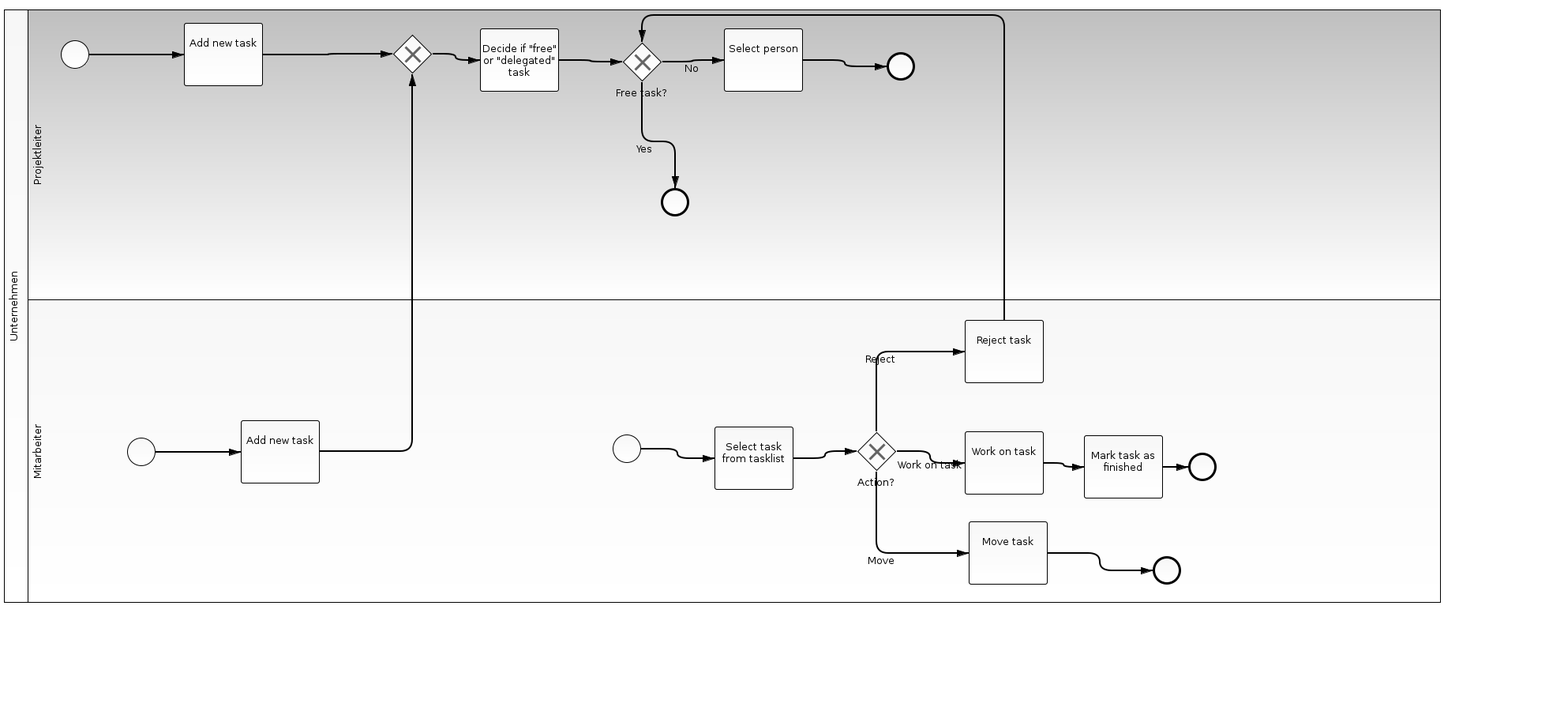
Above: wirtschaftsinformatik/src/main/resources/tasklist.png in ErosFricker/winf (BPMN), before the change. Its source is kept beside it as wirtschaftsinformatik/src/main/resources/tasklist.bpmn. Ids are renumbered.
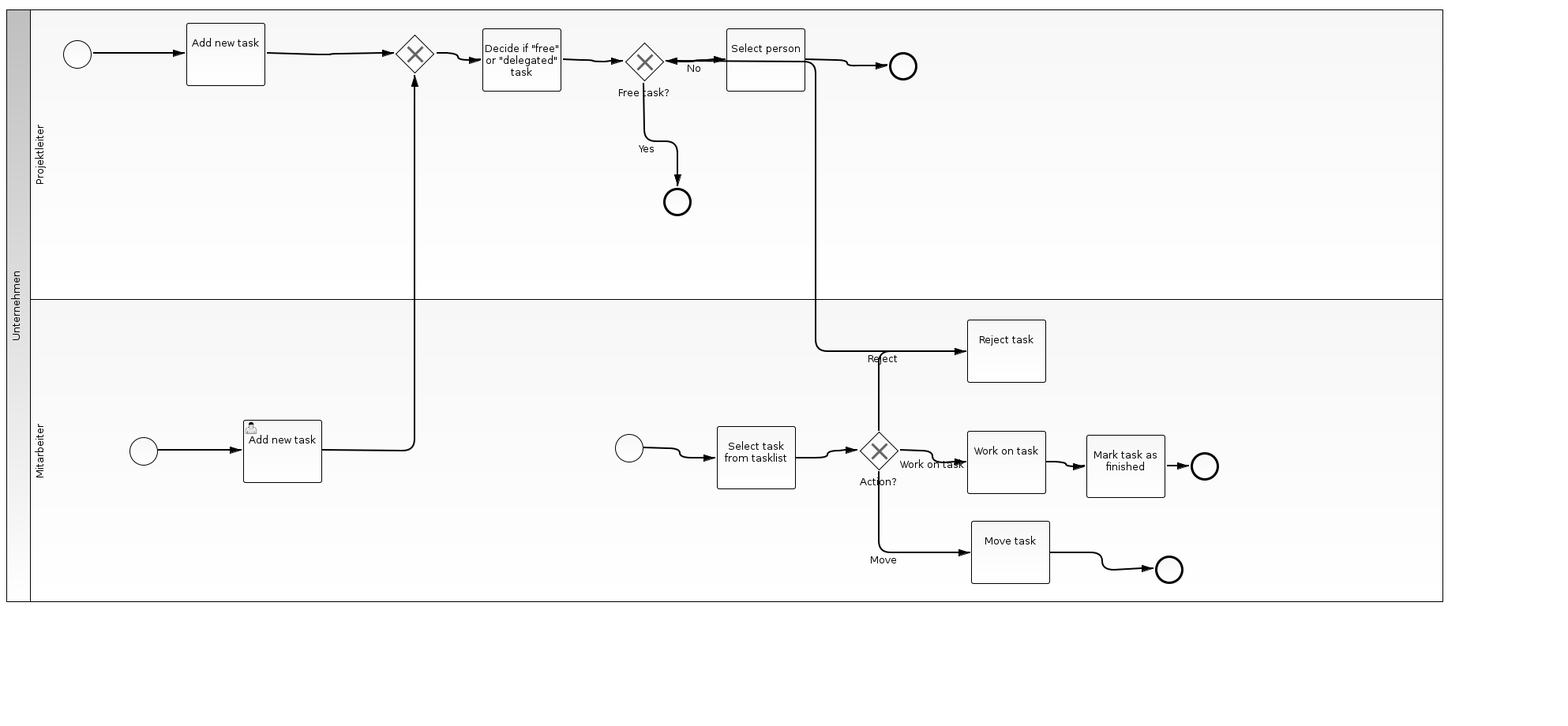
Above is the later version.

Diff of the diagram source:
```diff
@@ -1,8 +1,8 @@
-<bpmn2:definitions xmlns:xsi="http://www.w3.org/2001/XMLSchema-instance" xmlns:bpmn2="http://www.omg.org/spec/BPMN/20100524/MODEL" xmlns:bpmndi="http://www.omg.org/spec/BPMN/20100524/DI" xmlns:dc="http://www.omg.org/spec/DD/20100524/DC" xmlns:di="http://www.omg.org/spec/DD/20100524/DI" xsi:schemaLocation="http://www.omg.org/spec/BPMN/20100524/MODEL BPMN20.xsd" id="_-1wQEKPeEeWdibZ3OB6LMQ" exporter="camunda modeler" exporterVersion="2.7.0" targetNamespace="http://activiti.org/bpmn">
+<bpmn2:definitions xmlns:xsi="http://www.w3.org/2001/XMLSchema-instance" xmlns:bpmn2="http://www.omg.org/spec/BPMN/20100524/MODEL" xmlns:bpmndi="http://www.omg.org/spec/BPMN/20100524/DI" xmlns:camunda="http://activiti.org/bpmn" xmlns:dc="http://www.omg.org/spec/DD/20100524/DC" xmlns:di="http://www.omg.org/spec/DD/20100524/DI" xsi:schemaLocation="http://www.omg.org/spec/BPMN/20100524/MODEL BPMN20.xsd" id="_-1wQEKPeEeWdibZ3OB6LMQ" exporter="camunda modeler" exporterVersion="2.7.0" targetNamespace="http://activiti.org/bpmn">
   <bpmn2:collaboration id="_Collaboration_2">
-    <bpmn2:participant id="_Participant_2" name="Unternehmen" processRef="Process_1"/>
+    <bpmn2:participant id="_Participant_2" name="Unternehmen" processRef="tasklist"/>
   </bpmn2:collaboration>
-  <bpmn2:process id="Process_1" isExecutable="false">
+  <bpmn2:process id="tasklist" isExecutable="true">
     <bpmn2:laneSet id="LaneSet_3" name="Lane Set 3">
       <bpmn2:lane id="Lane_3" name="Projektleiter">
         <bpmn2:flowNodeRef>StartEvent_1</bpmn2:flowNodeRef>
@@ -31,10 +31,10 @@
     <bpmn2:startEvent id="StartEvent_2">
       <bpmn2:outgoing>SequenceFlow_2</bpmn2:outgoing>
     </bpmn2:startEvent>
-    <bpmn2:task id="Task_2" name="Add new task">
+    <bpmn2:userTask id="Task_2" camunda:class="" name="Add new task">
       <bpmn2:incoming>SequenceFlow_2</bpmn2:incoming>
       <bpmn2:outgoing>SequenceFlow_4</bpmn2:outgoing>
-    </bpmn2:task>
+    </bpmn2:userTask>
     <bpmn2:sequenceFlow id="SequenceFlow_2" name="" sourceRef="StartEvent_2" targetRef="Task_2"/>
     <bpmn2:sequenceFlow id="SequenceFlow_4" name="" sourceRef="Task_2" targetRef="ExclusiveGateway_1"/>
     <bpmn2:startEvent id="StartEvent_1">
@@ -340,13 +340,10 @@
         <di:waypoint xsi:type="dc:Point" x="1500.0" y="591.0"/>
       </bpmndi:BPMNEdge>
       <bpmndi:BPMNEdge id="BPMNEdge_SequenceFlow_18" bpmnElement="SequenceFlow_18" sourceElement="_BPMNShape_Task_7" targetElement="_BPMNShape_ExclusiveGateway_3">
-        <di:waypoint xsi:type="dc:Point" x="1267.0" y="405.0"/>
-        <di:waypoint xsi:type="dc:Point" x="1267.0" y="19.0"/>
-        <di:waypoint xsi:type="dc:Point" x="808.0" y="19.0"/>
-        <di:waypoint xsi:type="dc:Point" x="808.0" y="53.0"/>
-        <bpmndi:BPMNLabel>
-          <dc:Bounds height="6.0" width="6.0" x="1264.0" y="30.0"/>
-        </bpmndi:BPMNLabel>
+        <di:waypoint xsi:type="dc:Point" x="1217.0" y="445.0"/>
+        <di:waypoint xsi:type="dc:Point" x="1025.0" y="445.0"/>
+        <di:waypoint xsi:type="dc:Point" x="1025.0" y="78.0"/>
+        <di:waypoint xsi:type="dc:Point" x="833.0" y="78.0"/>
       </bpmndi:BPMNEdge>
     </bpmndi:BPMNPlane>
   </bpmndi:BPMNDiagram>
```
